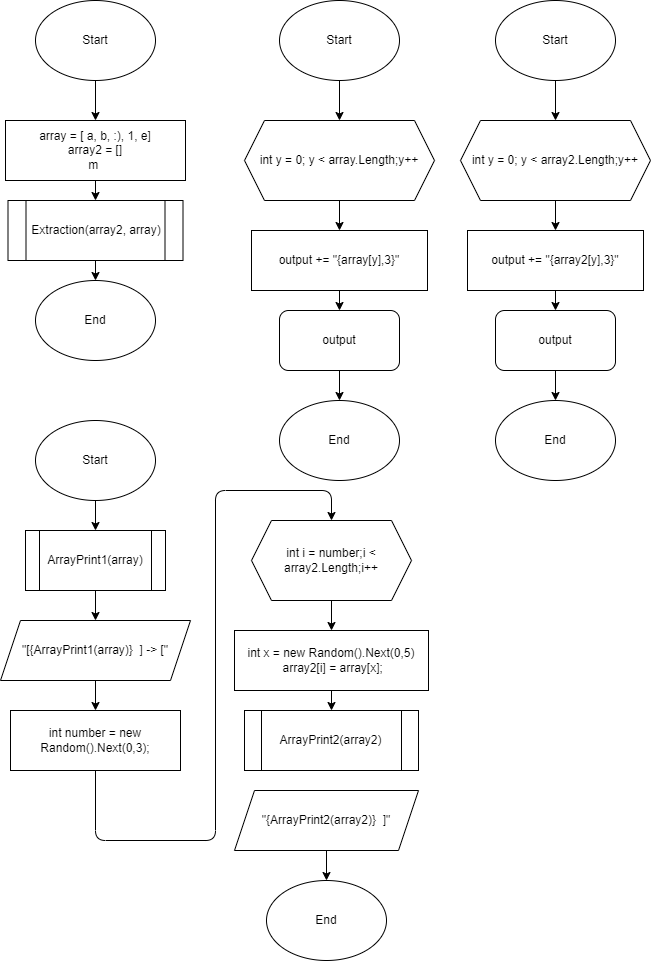
Viktor-Sidorenko/Final-control-work keeps this draw.io diagram as diagram.drawio.png. Above is the earlier version. Source tidied: cells renumbered, new cells last; positions are measured from the earlier drawing's top-left corner, leaving out a move shared by most shapes. The source it was exported from:
```xml
<mxGraphModel>
  <root>
    <mxCell id="0" />
    <mxCell id="1" parent="0" />
    <mxCell id="2" style="edgeStyle=none;html=1;exitX=0.5;exitY=1;exitDx=0;exitDy=0;entryX=0.5;entryY=0;entryDx=0;entryDy=0;" parent="1" edge="1" source="3" target="5">
      <mxGeometry relative="1" as="geometry" />
    </mxCell>
    <mxCell id="3" value="Start" style="ellipse;whiteSpace=wrap;html=1;" parent="1" vertex="1">
      <mxGeometry x="35" width="120" height="80" as="geometry" />
    </mxCell>
    <mxCell id="4" style="edgeStyle=none;html=1;exitX=0.5;exitY=1;exitDx=0;exitDy=0;entryX=0.5;entryY=0;entryDx=0;entryDy=0;" parent="1" edge="1" source="5" target="12">
      <mxGeometry relative="1" as="geometry" />
    </mxCell>
    <mxCell id="5" value="array = [ a, b, :), 1, e]&lt;br&gt;array2 = []&lt;br&gt;m&amp;nbsp;" style="rounded=0;whiteSpace=wrap;html=1;" parent="1" vertex="1">
      <mxGeometry x="5" y="120" width="180" height="60" as="geometry" />
    </mxCell>
    <mxCell id="6" value="End" style="ellipse;whiteSpace=wrap;html=1;" parent="1" vertex="1">
      <mxGeometry x="35" y="280" width="120" height="80" as="geometry" />
    </mxCell>
    <mxCell id="7" style="edgeStyle=none;html=1;exitX=0.5;exitY=1;exitDx=0;exitDy=0;entryX=0.5;entryY=0;entryDx=0;entryDy=0;" parent="1" edge="1" source="8" target="10">
      <mxGeometry relative="1" as="geometry" />
    </mxCell>
    <mxCell id="8" value="Start" style="ellipse;whiteSpace=wrap;html=1;" parent="1" vertex="1">
      <mxGeometry x="279" width="120" height="80" as="geometry" />
    </mxCell>
    <mxCell id="9" style="edgeStyle=none;html=1;exitX=0.5;exitY=1;exitDx=0;exitDy=0;entryX=0.5;entryY=0;entryDx=0;entryDy=0;" parent="1" edge="1" source="10" target="14">
      <mxGeometry relative="1" as="geometry" />
    </mxCell>
    <mxCell id="10" value="int y = 0; y &amp;lt; array.Length;y++" style="shape=hexagon;perimeter=hexagonPerimeter2;whiteSpace=wrap;html=1;fixedSize=1;" parent="1" vertex="1">
      <mxGeometry x="244" y="120" width="190" height="80" as="geometry" />
    </mxCell>
    <mxCell id="11" style="edgeStyle=none;html=1;exitX=0.5;exitY=1;exitDx=0;exitDy=0;entryX=0.5;entryY=0;entryDx=0;entryDy=0;" parent="1" edge="1" source="12" target="6">
      <mxGeometry relative="1" as="geometry" />
    </mxCell>
    <mxCell id="12" value="Extraction(array2, array)" style="shape=process;whiteSpace=wrap;html=1;backgroundOutline=1;" parent="1" vertex="1">
      <mxGeometry x="7.5" y="200" width="175" height="60" as="geometry" />
    </mxCell>
    <mxCell id="13" style="edgeStyle=none;html=1;exitX=0.5;exitY=1;exitDx=0;exitDy=0;entryX=0.5;entryY=0;entryDx=0;entryDy=0;" parent="1" edge="1" source="14" target="16">
      <mxGeometry relative="1" as="geometry" />
    </mxCell>
    <mxCell id="14" value="output += &quot;{array[y],3}&quot;" style="rounded=0;whiteSpace=wrap;html=1;" parent="1" vertex="1">
      <mxGeometry x="251" y="230" width="176" height="60" as="geometry" />
    </mxCell>
    <mxCell id="15" style="edgeStyle=none;html=1;exitX=0.5;exitY=1;exitDx=0;exitDy=0;entryX=0.5;entryY=0;entryDx=0;entryDy=0;" parent="1" edge="1" source="16" target="41">
      <mxGeometry relative="1" as="geometry" />
    </mxCell>
    <mxCell id="16" value="output" style="rounded=1;whiteSpace=wrap;html=1;" parent="1" vertex="1">
      <mxGeometry x="279" y="310" width="120" height="60" as="geometry" />
    </mxCell>
    <mxCell id="17" style="edgeStyle=none;html=1;exitX=0.5;exitY=1;exitDx=0;exitDy=0;entryX=0.5;entryY=0;entryDx=0;entryDy=0;" parent="1" edge="1" source="18" target="23">
      <mxGeometry relative="1" as="geometry" />
    </mxCell>
    <mxCell id="18" value="Start" style="ellipse;whiteSpace=wrap;html=1;" parent="1" vertex="1">
      <mxGeometry x="495" width="120" height="80" as="geometry" />
    </mxCell>
    <mxCell id="19" style="edgeStyle=none;html=1;exitX=0.5;exitY=1;exitDx=0;exitDy=0;entryX=0.5;entryY=0;entryDx=0;entryDy=0;" parent="1" edge="1" target="21">
      <mxGeometry relative="1" as="geometry">
        <mxPoint x="555" y="290" as="sourcePoint" />
      </mxGeometry>
    </mxCell>
    <mxCell id="20" style="edgeStyle=none;html=1;exitX=0.5;exitY=1;exitDx=0;exitDy=0;entryX=0.5;entryY=0;entryDx=0;entryDy=0;" parent="1" edge="1" source="21" target="42">
      <mxGeometry relative="1" as="geometry" />
    </mxCell>
    <mxCell id="21" value="output" style="rounded=1;whiteSpace=wrap;html=1;" parent="1" vertex="1">
      <mxGeometry x="495" y="310" width="120" height="60" as="geometry" />
    </mxCell>
    <mxCell id="22" style="edgeStyle=none;html=1;exitX=0.5;exitY=1;exitDx=0;exitDy=0;entryX=0.5;entryY=0;entryDx=0;entryDy=0;" parent="1" edge="1" source="23" target="24">
      <mxGeometry relative="1" as="geometry" />
    </mxCell>
    <mxCell id="23" value="int y = 0; y &amp;lt; array2.Length;y++" style="shape=hexagon;perimeter=hexagonPerimeter2;whiteSpace=wrap;html=1;fixedSize=1;" parent="1" vertex="1">
      <mxGeometry x="460" y="120" width="190" height="80" as="geometry" />
    </mxCell>
    <mxCell id="24" value="output += &quot;{array2[y],3}&quot;" style="rounded=0;whiteSpace=wrap;html=1;" parent="1" vertex="1">
      <mxGeometry x="467" y="230" width="176" height="60" as="geometry" />
    </mxCell>
    <mxCell id="25" style="edgeStyle=none;html=1;exitX=0.5;exitY=1;exitDx=0;exitDy=0;entryX=0.5;entryY=0;entryDx=0;entryDy=0;" parent="1" edge="1" source="26" target="28">
      <mxGeometry relative="1" as="geometry" />
    </mxCell>
    <mxCell id="26" value="Start" style="ellipse;whiteSpace=wrap;html=1;" parent="1" vertex="1">
      <mxGeometry x="35" y="420" width="120" height="80" as="geometry" />
    </mxCell>
    <mxCell id="27" style="edgeStyle=none;html=1;exitX=0.5;exitY=1;exitDx=0;exitDy=0;" parent="1" edge="1" source="28" target="30">
      <mxGeometry relative="1" as="geometry" />
    </mxCell>
    <mxCell id="28" value="ArrayPrint1(array)" style="shape=process;whiteSpace=wrap;html=1;backgroundOutline=1;" parent="1" vertex="1">
      <mxGeometry x="25" y="530" width="140" height="60" as="geometry" />
    </mxCell>
    <mxCell id="29" style="edgeStyle=none;html=1;exitX=0.5;exitY=1;exitDx=0;exitDy=0;entryX=0.5;entryY=0;entryDx=0;entryDy=0;" parent="1" edge="1" source="30" target="32">
      <mxGeometry relative="1" as="geometry" />
    </mxCell>
    <mxCell id="30" value="&quot;[{ArrayPrint1(array)}&amp;nbsp; ] -&amp;gt; [&quot;" style="shape=parallelogram;perimeter=parallelogramPerimeter;whiteSpace=wrap;html=1;fixedSize=1;" parent="1" vertex="1">
      <mxGeometry y="620" width="190" height="60" as="geometry" />
    </mxCell>
    <mxCell id="31" style="edgeStyle=none;html=1;exitX=0.5;exitY=1;exitDx=0;exitDy=0;entryX=0.5;entryY=0;entryDx=0;entryDy=0;" parent="1" edge="1" source="32" target="34">
      <mxGeometry relative="1" as="geometry">
        <Array as="points">
          <mxPoint x="95" y="840" />
          <mxPoint x="215" y="840" />
          <mxPoint x="215" y="490" />
          <mxPoint x="331" y="490" />
        </Array>
      </mxGeometry>
    </mxCell>
    <mxCell id="32" value="int number = new Random().Next(0,3);" style="rounded=0;whiteSpace=wrap;html=1;" parent="1" vertex="1">
      <mxGeometry x="10" y="710" width="170" height="60" as="geometry" />
    </mxCell>
    <mxCell id="33" style="edgeStyle=none;html=1;exitX=0.5;exitY=1;exitDx=0;exitDy=0;" parent="1" edge="1" source="34" target="36">
      <mxGeometry relative="1" as="geometry" />
    </mxCell>
    <mxCell id="34" value="int i = number;i &amp;lt; array2.Length;i++" style="shape=hexagon;perimeter=hexagonPerimeter2;whiteSpace=wrap;html=1;fixedSize=1;" parent="1" vertex="1">
      <mxGeometry x="251" y="520" width="160" height="80" as="geometry" />
    </mxCell>
    <mxCell id="35" style="edgeStyle=none;html=1;exitX=0.5;exitY=1;exitDx=0;exitDy=0;entryX=0.5;entryY=0;entryDx=0;entryDy=0;" parent="1" edge="1" source="36" target="37">
      <mxGeometry relative="1" as="geometry" />
    </mxCell>
    <mxCell id="36" value="&lt;div&gt;int x = new Random().Next(0,5)&lt;/div&gt;&lt;div&gt;&lt;span style=&quot;background-color: initial;&quot;&gt;&amp;nbsp;array2[i] = array[x];&lt;/span&gt;&lt;/div&gt;" style="rounded=0;whiteSpace=wrap;html=1;" parent="1" vertex="1">
      <mxGeometry x="234" y="630" width="194" height="60" as="geometry" />
    </mxCell>
    <mxCell id="37" value="ArrayPrint2(array2)" style="shape=process;whiteSpace=wrap;html=1;backgroundOutline=1;" parent="1" vertex="1">
      <mxGeometry x="244" y="710" width="174" height="60" as="geometry" />
    </mxCell>
    <mxCell id="38" style="edgeStyle=none;html=1;exitX=0.5;exitY=1;exitDx=0;exitDy=0;entryX=0.5;entryY=0;entryDx=0;entryDy=0;" parent="1" edge="1" source="39" target="40">
      <mxGeometry relative="1" as="geometry" />
    </mxCell>
    <mxCell id="39" value="&quot;{ArrayPrint2(array2)}&amp;nbsp; ]&quot;" style="shape=parallelogram;perimeter=parallelogramPerimeter;whiteSpace=wrap;html=1;fixedSize=1;" parent="1" vertex="1">
      <mxGeometry x="234" y="790" width="184" height="60" as="geometry" />
    </mxCell>
    <mxCell id="40" value="End" style="ellipse;whiteSpace=wrap;html=1;" parent="1" vertex="1">
      <mxGeometry x="266" y="880" width="120" height="80" as="geometry" />
    </mxCell>
    <mxCell id="41" value="End" style="ellipse;whiteSpace=wrap;html=1;" parent="1" vertex="1">
      <mxGeometry x="279" y="400" width="120" height="80" as="geometry" />
    </mxCell>
    <mxCell id="42" value="End" style="ellipse;whiteSpace=wrap;html=1;" parent="1" vertex="1">
      <mxGeometry x="495" y="400" width="120" height="80" as="geometry" />
    </mxCell>
  </root>
</mxGraphModel>
```
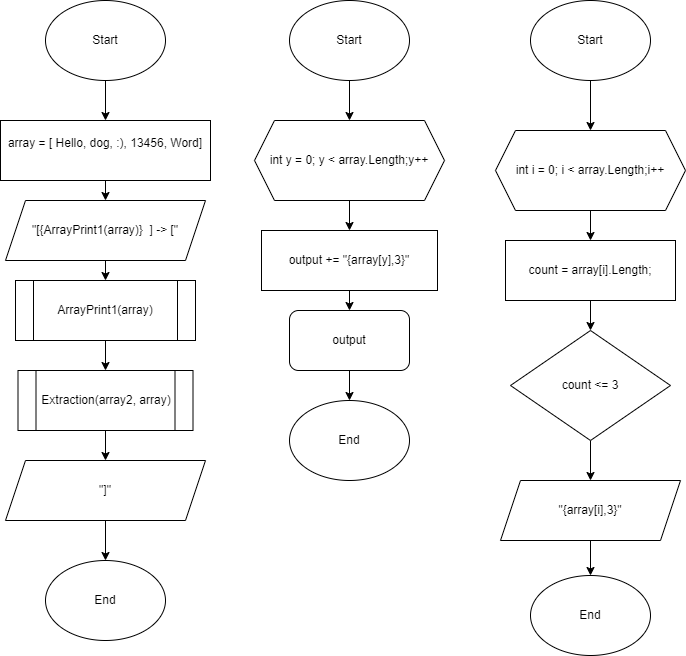
The same file after the commit.

Commit message:
Исправил код программы и блок схемы

What changed in the source:
```diff
@@ -8,14 +8,14 @@
     <mxCell id="3" value="Start" style="ellipse;whiteSpace=wrap;html=1;" parent="1" vertex="1">
       <mxGeometry x="35" width="120" height="80" as="geometry" />
     </mxCell>
-    <mxCell id="4" style="edgeStyle=none;html=1;exitX=0.5;exitY=1;exitDx=0;exitDy=0;entryX=0.5;entryY=0;entryDx=0;entryDy=0;" parent="1" edge="1" source="5" target="12">
-      <mxGeometry relative="1" as="geometry" />
-    </mxCell>
+    <mxCell id="43" style="edgeStyle=none;html=1;exitX=0.5;exitY=1;exitDx=0;exitDy=0;entryX=0.5;entryY=0;entryDx=0;entryDy=0;" parent="1" edge="1" source="5" target="30">
+      <mxGeometry relative="1" as="geometry" />
+    </mxCell>
-    <mxCell id="5" value="array = [ a, b, :), 1, e]&lt;br&gt;array2 = []&lt;br&gt;m&amp;nbsp;" style="rounded=0;whiteSpace=wrap;html=1;" parent="1" vertex="1">
-      <mxGeometry x="5" y="120" width="180" height="60" as="geometry" />
+    <mxCell id="5" value="array = [ Hello, dog, :), 13456, Word]&lt;br&gt;&amp;nbsp;" style="rounded=0;whiteSpace=wrap;html=1;" parent="1" vertex="1">
+      <mxGeometry x="-10" y="120" width="210" height="60" as="geometry" />
     </mxCell>
     <mxCell id="6" value="End" style="ellipse;whiteSpace=wrap;html=1;" parent="1" vertex="1">
-      <mxGeometry x="35" y="280" width="120" height="80" as="geometry" />
+      <mxGeometry x="35" y="560" width="120" height="80" as="geometry" />
     </mxCell>
     <mxCell id="7" style="edgeStyle=none;html=1;exitX=0.5;exitY=1;exitDx=0;exitDy=0;entryX=0.5;entryY=0;entryDx=0;entryDy=0;" parent="1" edge="1" source="8" target="10">
       <mxGeometry relative="1" as="geometry" />
@@ -29,11 +29,11 @@
     <mxCell id="10" value="int y = 0; y &amp;lt; array.Length;y++" style="shape=hexagon;perimeter=hexagonPerimeter2;whiteSpace=wrap;html=1;fixedSize=1;" parent="1" vertex="1">
       <mxGeometry x="244" y="120" width="190" height="80" as="geometry" />
     </mxCell>
-    <mxCell id="11" style="edgeStyle=none;html=1;exitX=0.5;exitY=1;exitDx=0;exitDy=0;entryX=0.5;entryY=0;entryDx=0;entryDy=0;" parent="1" edge="1" source="12" target="6">
-      <mxGeometry relative="1" as="geometry" />
-    </mxCell>
+    <mxCell id="44" style="edgeStyle=none;html=1;exitX=0.5;exitY=1;exitDx=0;exitDy=0;entryX=0.5;entryY=0;entryDx=0;entryDy=0;" parent="1" edge="1" source="12" target="48">
+      <mxGeometry relative="1" as="geometry" />
+    </mxCell>
     <mxCell id="12" value="Extraction(array2, array)" style="shape=process;whiteSpace=wrap;html=1;backgroundOutline=1;" parent="1" vertex="1">
-      <mxGeometry x="7.5" y="200" width="175" height="60" as="geometry" />
+      <mxGeometry x="7.5" y="370" width="175" height="60" as="geometry" />
     </mxCell>
     <mxCell id="13" style="edgeStyle=none;html=1;exitX=0.5;exitY=1;exitDx=0;exitDy=0;entryX=0.5;entryY=0;entryDx=0;entryDy=0;" parent="1" edge="1" source="14" target="16">
       <mxGeometry relative="1" as="geometry" />
@@ -47,92 +47,59 @@
     <mxCell id="16" value="output" style="rounded=1;whiteSpace=wrap;html=1;" parent="1" vertex="1">
       <mxGeometry x="279" y="310" width="120" height="60" as="geometry" />
     </mxCell>
-    <mxCell id="17" style="edgeStyle=none;html=1;exitX=0.5;exitY=1;exitDx=0;exitDy=0;entryX=0.5;entryY=0;entryDx=0;entryDy=0;" parent="1" edge="1" source="18" target="23">
-      <mxGeometry relative="1" as="geometry" />
-    </mxCell>
-    <mxCell id="18" value="Start" style="ellipse;whiteSpace=wrap;html=1;" parent="1" vertex="1">
-      <mxGeometry x="495" width="120" height="80" as="geometry" />
-    </mxCell>
-    <mxCell id="19" style="edgeStyle=none;html=1;exitX=0.5;exitY=1;exitDx=0;exitDy=0;entryX=0.5;entryY=0;entryDx=0;entryDy=0;" parent="1" edge="1" target="21">
-      <mxGeometry relative="1" as="geometry">
-        <mxPoint x="555" y="290" as="sourcePoint" />
-      </mxGeometry>
-    </mxCell>
-    <mxCell id="20" style="edgeStyle=none;html=1;exitX=0.5;exitY=1;exitDx=0;exitDy=0;entryX=0.5;entryY=0;entryDx=0;entryDy=0;" parent="1" edge="1" source="21" target="42">
-      <mxGeometry relative="1" as="geometry" />
-    </mxCell>
-    <mxCell id="21" value="output" style="rounded=1;whiteSpace=wrap;html=1;" parent="1" vertex="1">
-      <mxGeometry x="495" y="310" width="120" height="60" as="geometry" />
-    </mxCell>
-    <mxCell id="22" style="edgeStyle=none;html=1;exitX=0.5;exitY=1;exitDx=0;exitDy=0;entryX=0.5;entryY=0;entryDx=0;entryDy=0;" parent="1" edge="1" source="23" target="24">
-      <mxGeometry relative="1" as="geometry" />
-    </mxCell>
-    <mxCell id="23" value="int y = 0; y &amp;lt; array2.Length;y++" style="shape=hexagon;perimeter=hexagonPerimeter2;whiteSpace=wrap;html=1;fixedSize=1;" parent="1" vertex="1">
-      <mxGeometry x="460" y="120" width="190" height="80" as="geometry" />
-    </mxCell>
-    <mxCell id="24" value="output += &quot;{array2[y],3}&quot;" style="rounded=0;whiteSpace=wrap;html=1;" parent="1" vertex="1">
-      <mxGeometry x="467" y="230" width="176" height="60" as="geometry" />
-    </mxCell>
-    <mxCell id="25" style="edgeStyle=none;html=1;exitX=0.5;exitY=1;exitDx=0;exitDy=0;entryX=0.5;entryY=0;entryDx=0;entryDy=0;" parent="1" edge="1" source="26" target="28">
-      <mxGeometry relative="1" as="geometry" />
-    </mxCell>
-    <mxCell id="26" value="Start" style="ellipse;whiteSpace=wrap;html=1;" parent="1" vertex="1">
-      <mxGeometry x="35" y="420" width="120" height="80" as="geometry" />
-    </mxCell>
-    <mxCell id="27" style="edgeStyle=none;html=1;exitX=0.5;exitY=1;exitDx=0;exitDy=0;" parent="1" edge="1" source="28" target="30">
-      <mxGeometry relative="1" as="geometry" />
-    </mxCell>
+    <mxCell id="41" value="End" style="ellipse;whiteSpace=wrap;html=1;" parent="1" vertex="1">
+      <mxGeometry x="279" y="400" width="120" height="80" as="geometry" />
+    </mxCell>
+    <mxCell id="45" style="edgeStyle=none;html=1;exitX=0.5;exitY=1;exitDx=0;exitDy=0;entryX=0.5;entryY=0;entryDx=0;entryDy=0;" parent="1" edge="1" source="28" target="12">
+      <mxGeometry relative="1" as="geometry" />
+    </mxCell>
     <mxCell id="28" value="ArrayPrint1(array)" style="shape=process;whiteSpace=wrap;html=1;backgroundOutline=1;" parent="1" vertex="1">
-      <mxGeometry x="25" y="530" width="140" height="60" as="geometry" />
+      <mxGeometry x="5" y="280" width="180" height="60" as="geometry" />
     </mxCell>
-    <mxCell id="29" style="edgeStyle=none;html=1;exitX=0.5;exitY=1;exitDx=0;exitDy=0;entryX=0.5;entryY=0;entryDx=0;entryDy=0;" parent="1" edge="1" source="30" target="32">
-      <mxGeometry relative="1" as="geometry" />
-    </mxCell>
+    <mxCell id="46" style="edgeStyle=none;html=1;exitX=0.5;exitY=1;exitDx=0;exitDy=0;entryX=0.5;entryY=0;entryDx=0;entryDy=0;" parent="1" edge="1" source="30" target="28">
+      <mxGeometry relative="1" as="geometry" />
+    </mxCell>
     <mxCell id="30" value="&quot;[{ArrayPrint1(array)}&amp;nbsp; ] -&amp;gt; [&quot;" style="shape=parallelogram;perimeter=parallelogramPerimeter;whiteSpace=wrap;html=1;fixedSize=1;" parent="1" vertex="1">
-      <mxGeometry y="620" width="190" height="60" as="geometry" />
+      <mxGeometry x="-5" y="200" width="200" height="60" as="geometry" />
     </mxCell>
-    <mxCell id="31" style="edgeStyle=none;html=1;exitX=0.5;exitY=1;exitDx=0;exitDy=0;entryX=0.5;entryY=0;entryDx=0;entryDy=0;" parent="1" edge="1" source="32" target="34">
-      <mxGeometry relative="1" as="geometry">
-        <Array as="points">
-          <mxPoint x="95" y="840" />
-          <mxPoint x="215" y="840" />
-          <mxPoint x="215" y="490" />
-          <mxPoint x="331" y="490" />
-        </Array>
-      </mxGeometry>
-    </mxCell>
-    <mxCell id="32" value="int number = new Random().Next(0,3);" style="rounded=0;whiteSpace=wrap;html=1;" parent="1" vertex="1">
-      <mxGeometry x="10" y="710" width="170" height="60" as="geometry" />
-    </mxCell>
-    <mxCell id="33" style="edgeStyle=none;html=1;exitX=0.5;exitY=1;exitDx=0;exitDy=0;" parent="1" edge="1" source="34" target="36">
-      <mxGeometry relative="1" as="geometry" />
-    </mxCell>
-    <mxCell id="34" value="int i = number;i &amp;lt; array2.Length;i++" style="shape=hexagon;perimeter=hexagonPerimeter2;whiteSpace=wrap;html=1;fixedSize=1;" parent="1" vertex="1">
-      <mxGeometry x="251" y="520" width="160" height="80" as="geometry" />
-    </mxCell>
-    <mxCell id="35" style="edgeStyle=none;html=1;exitX=0.5;exitY=1;exitDx=0;exitDy=0;entryX=0.5;entryY=0;entryDx=0;entryDy=0;" parent="1" edge="1" source="36" target="37">
-      <mxGeometry relative="1" as="geometry" />
-    </mxCell>
-    <mxCell id="36" value="&lt;div&gt;int x = new Random().Next(0,5)&lt;/div&gt;&lt;div&gt;&lt;span style=&quot;background-color: initial;&quot;&gt;&amp;nbsp;array2[i] = array[x];&lt;/span&gt;&lt;/div&gt;" style="rounded=0;whiteSpace=wrap;html=1;" parent="1" vertex="1">
-      <mxGeometry x="234" y="630" width="194" height="60" as="geometry" />
-    </mxCell>
-    <mxCell id="37" value="ArrayPrint2(array2)" style="shape=process;whiteSpace=wrap;html=1;backgroundOutline=1;" parent="1" vertex="1">
-      <mxGeometry x="244" y="710" width="174" height="60" as="geometry" />
-    </mxCell>
-    <mxCell id="38" style="edgeStyle=none;html=1;exitX=0.5;exitY=1;exitDx=0;exitDy=0;entryX=0.5;entryY=0;entryDx=0;entryDy=0;" parent="1" edge="1" source="39" target="40">
-      <mxGeometry relative="1" as="geometry" />
-    </mxCell>
-    <mxCell id="39" value="&quot;{ArrayPrint2(array2)}&amp;nbsp; ]&quot;" style="shape=parallelogram;perimeter=parallelogramPerimeter;whiteSpace=wrap;html=1;fixedSize=1;" parent="1" vertex="1">
-      <mxGeometry x="234" y="790" width="184" height="60" as="geometry" />
-    </mxCell>
-    <mxCell id="40" value="End" style="ellipse;whiteSpace=wrap;html=1;" parent="1" vertex="1">
-      <mxGeometry x="266" y="880" width="120" height="80" as="geometry" />
-    </mxCell>
-    <mxCell id="41" value="End" style="ellipse;whiteSpace=wrap;html=1;" parent="1" vertex="1">
-      <mxGeometry x="279" y="400" width="120" height="80" as="geometry" />
-    </mxCell>
-    <mxCell id="42" value="End" style="ellipse;whiteSpace=wrap;html=1;" parent="1" vertex="1">
-      <mxGeometry x="495" y="400" width="120" height="80" as="geometry" />
-    </mxCell>
+    <mxCell id="47" style="edgeStyle=none;html=1;exitX=0.5;exitY=1;exitDx=0;exitDy=0;entryX=0.5;entryY=0;entryDx=0;entryDy=0;" parent="1" edge="1" source="48" target="6">
+      <mxGeometry relative="1" as="geometry" />
+    </mxCell>
+    <mxCell id="48" value="&quot;]&quot;" style="shape=parallelogram;perimeter=parallelogramPerimeter;whiteSpace=wrap;html=1;fixedSize=1;" parent="1" vertex="1">
+      <mxGeometry x="-5" y="460" width="200" height="60" as="geometry" />
+    </mxCell>
+    <mxCell id="49" style="edgeStyle=none;html=1;exitX=0.5;exitY=1;exitDx=0;exitDy=0;" parent="1" edge="1" source="50" target="52">
+      <mxGeometry relative="1" as="geometry" />
+    </mxCell>
+    <mxCell id="50" value="Start" style="ellipse;whiteSpace=wrap;html=1;" parent="1" vertex="1">
+      <mxGeometry x="520" width="120" height="80" as="geometry" />
+    </mxCell>
+    <mxCell id="51" style="edgeStyle=none;html=1;exitX=0.5;exitY=1;exitDx=0;exitDy=0;entryX=0.5;entryY=0;entryDx=0;entryDy=0;" parent="1" edge="1" source="52" target="54">
+      <mxGeometry relative="1" as="geometry" />
+    </mxCell>
+    <mxCell id="52" value="int i = 0; i &amp;lt; array.Length;i++" style="shape=hexagon;perimeter=hexagonPerimeter2;whiteSpace=wrap;html=1;fixedSize=1;" parent="1" vertex="1">
+      <mxGeometry x="485" y="130" width="190" height="80" as="geometry" />
+    </mxCell>
+    <mxCell id="53" style="edgeStyle=none;html=1;exitX=0.5;exitY=1;exitDx=0;exitDy=0;" parent="1" edge="1" source="54" target="56">
+      <mxGeometry relative="1" as="geometry" />
+    </mxCell>
+    <mxCell id="54" value="count = array[i].Length;" style="rounded=0;whiteSpace=wrap;html=1;" parent="1" vertex="1">
+      <mxGeometry x="495" y="240" width="170" height="60" as="geometry" />
+    </mxCell>
+    <mxCell id="55" style="edgeStyle=none;html=1;exitX=0.5;exitY=1;exitDx=0;exitDy=0;entryX=0.5;entryY=0;entryDx=0;entryDy=0;" parent="1" edge="1" source="56" target="58">
+      <mxGeometry relative="1" as="geometry" />
+    </mxCell>
+    <mxCell id="56" value="count &amp;lt;= 3" style="rhombus;whiteSpace=wrap;html=1;" parent="1" vertex="1">
+      <mxGeometry x="500" y="330" width="160" height="110" as="geometry" />
+    </mxCell>
+    <mxCell id="57" style="edgeStyle=none;html=1;exitX=0.5;exitY=1;exitDx=0;exitDy=0;entryX=0.5;entryY=0;entryDx=0;entryDy=0;" parent="1" edge="1" source="58" target="59">
+      <mxGeometry relative="1" as="geometry" />
+    </mxCell>
+    <mxCell id="58" value="&quot;{array[i],3}&quot;" style="shape=parallelogram;perimeter=parallelogramPerimeter;whiteSpace=wrap;html=1;fixedSize=1;" parent="1" vertex="1">
+      <mxGeometry x="490" y="480" width="180" height="60" as="geometry" />
+    </mxCell>
+    <mxCell id="59" value="End" style="ellipse;whiteSpace=wrap;html=1;" parent="1" vertex="1">
+      <mxGeometry x="520" y="575" width="120" height="80" as="geometry" />
+    </mxCell>
   </root>
 </mxGraphModel>
```
